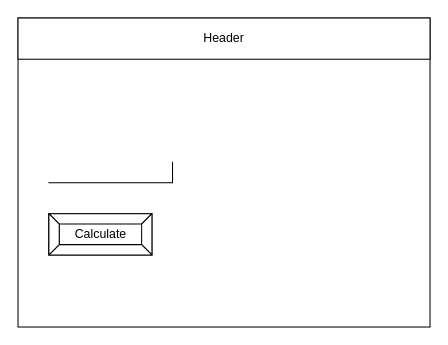
Above: design/story-board.drawio in brennan-lee/ICS2O-6-02 (draw.io), before the change. Source tidied: cells renumbered, new cells numbered last; positions are measured from the earlier drawing's top-left corner, leaving out a move shared by most shapes. Both pictures are drawn from the tidied source at 103%, with x=0, y=0 at pixel (18, 18).
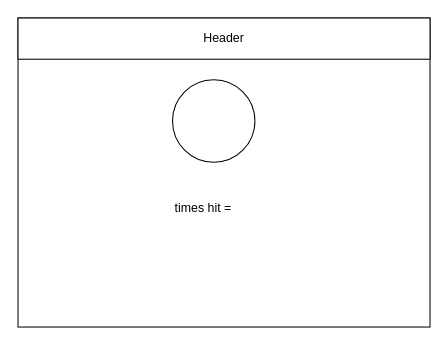
The same page after the edit.

Commit message (it also covers changes not shown here):
flow story

What changed in the source:
```diff
@@
 <mxGraphModel>
   <root>
     <mxCell id="0" />
     <mxCell id="1" parent="0" />
     <mxCell id="2" style="rounded=0;whiteSpace=wrap;html=1;" parent="1" vertex="1">
       <mxGeometry width="400" height="300" as="geometry" />
     </mxCell>
     <mxCell id="3" value="Header" style="rounded=0;whiteSpace=wrap;html=1;" parent="1" vertex="1">
       <mxGeometry width="400" height="40" as="geometry" />
     </mxCell>
-    <mxCell id="4" style="shape=partialRectangle;whiteSpace=wrap;html=1;top=0;left=0;fillColor=none;" parent="1" vertex="1">
-      <mxGeometry x="30" y="140" width="120" height="20" as="geometry" />
-    </mxCell>
-    <mxCell id="5" value="Calculate" style="labelPosition=center;verticalLabelPosition=middle;align=center;html=1;shape=mxgraph.basic.button;dx=10;" parent="1" vertex="1">
-      <mxGeometry x="30" y="190" width="100" height="40" as="geometry" />
-    </mxCell>
+    <mxCell id="6" style="ellipse;whiteSpace=wrap;html=1;" parent="1" vertex="1">
+      <mxGeometry x="150" y="60" width="80" height="80" as="geometry" />
+    </mxCell>
+    <mxCell id="7" value="times hit =" style="text;html=1;strokeColor=none;fillColor=none;align=center;verticalAlign=middle;whiteSpace=wrap;rounded=0;" parent="1" vertex="1">
+      <mxGeometry x="150" y="170" width="60" height="30" as="geometry" />
+    </mxCell>
   </root>
 </mxGraphModel>
```
